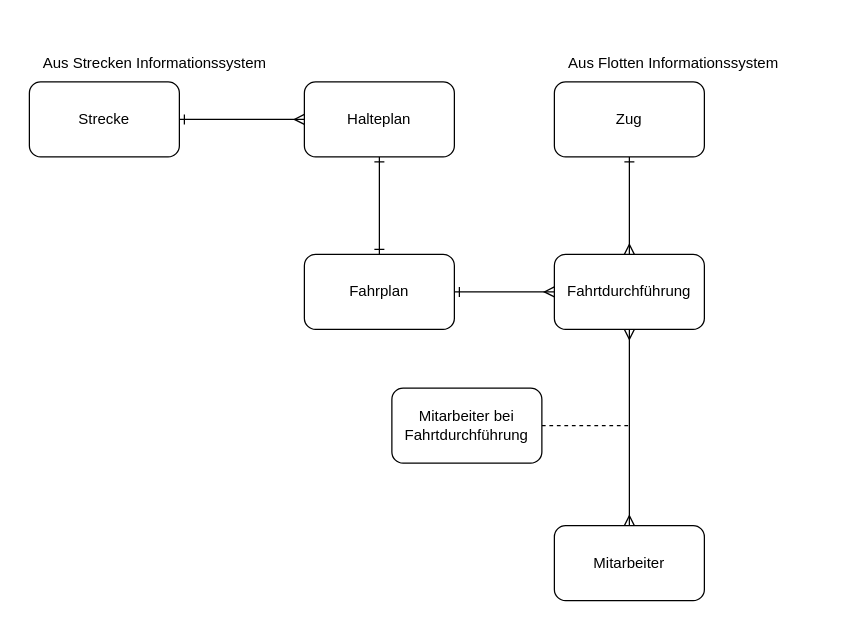
Above: Fahrplan_IS/Modelle/Fahrplan_ERD.drawio in felixKroni/dke_praktikum_SS2024 (draw.io), before the change. Source tidied: cells renumbered, new cells numbered last; positions are measured from the earlier drawing's top-left corner, leaving out a move shared by most shapes. Both pictures are drawn from the tidied source at 125%, with x=0, y=0 at pixel (21, 44).
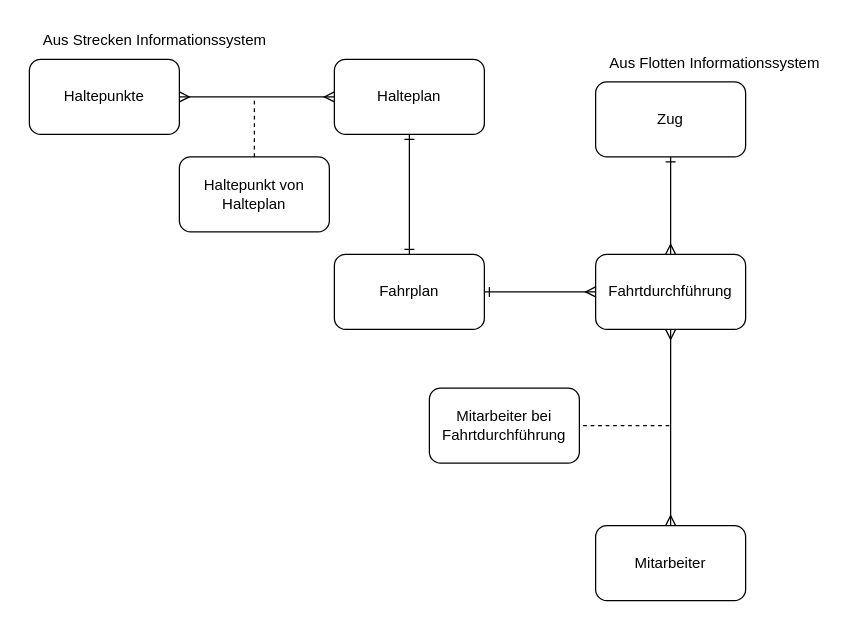
The same page after the edit.

The edit, as a diff of the source:
```diff
@@
     <mxCell id="3" value="Fahrplan" style="rounded=1;whiteSpace=wrap;html=1;" parent="1" vertex="1">
-      <mxGeometry x="226" y="168" width="120" height="60" as="geometry" />
+      <mxGeometry x="250" y="168" width="120" height="60" as="geometry" />
     </mxCell>
@@
     <mxCell id="5" value="Halteplan" style="rounded=1;whiteSpace=wrap;html=1;" parent="1" vertex="1">
-      <mxGeometry x="226" y="30" width="120" height="60" as="geometry" />
+      <mxGeometry x="250" y="12" width="120" height="60" as="geometry" />
     </mxCell>
@@
     <mxCell id="8" value="Fahrtdurchführung" style="rounded=1;whiteSpace=wrap;html=1;" parent="1" vertex="1">
-      <mxGeometry x="426" y="168" width="120" height="60" as="geometry" />
+      <mxGeometry x="459" y="168" width="120" height="60" as="geometry" />
     </mxCell>
     <mxCell id="9" style="group;" parent="1" vertex="1">
-      <mxGeometry width="250" height="90" as="geometry" />
+      <mxGeometry y="-18" width="250" height="90" as="geometry" />
     </mxCell>
-    <mxCell id="10" value="Strecke" style="rounded=1;whiteSpace=wrap;html=1;" parent="9" vertex="1">
+    <mxCell id="10" value="Haltepunkte" style="rounded=1;whiteSpace=wrap;html=1;" parent="9" vertex="1">
       <mxGeometry x="6" y="30" width="120" height="60" as="geometry" />
     </mxCell>
@@
-    <mxCell id="12" style="edgeStyle=orthogonalEdgeStyle;rounded=0;jettySize=auto;html=1;entryX=0;entryY=0.5;entryDx=0;entryDy=0;endArrow=ERmany;endFill=0;startArrow=ERone;startFill=0;" parent="1" edge="1" source="10" target="5">
+    <mxCell id="12" style="edgeStyle=orthogonalEdgeStyle;rounded=0;jettySize=auto;html=1;entryX=0;entryY=0.5;entryDx=0;entryDy=0;endArrow=ERmany;endFill=0;startArrow=ERmany;startFill=0;" parent="1" edge="1" source="10" target="5">
       <mxGeometry relative="1" as="geometry" />
     </mxCell>
     <mxCell id="13" value="Mitarbeiter" style="rounded=1;whiteSpace=wrap;html=1;" parent="1" vertex="1">
-      <mxGeometry x="426" y="385" width="120" height="60" as="geometry" />
+      <mxGeometry x="459" y="385" width="120" height="60" as="geometry" />
     </mxCell>
-    <mxCell id="14" style="edgeStyle=orthogonalEdgeStyle;rounded=0;jettySize=auto;html=1;exitX=1;exitY=0.5;exitDx=0;exitDy=0;endArrow=none;endFill=0;dashed=1;" parent="1" edge="1" source="15">
+    <mxCell id="14" style="edgeStyle=orthogonalEdgeStyle;rounded=0;orthogonalLoop=1;jettySize=auto;html=1;exitX=1;exitY=0.5;exitDx=0;exitDy=0;endArrow=none;endFill=0;dashed=1;" parent="1" edge="1">
       <mxGeometry relative="1" as="geometry">
-        <mxPoint x="486" y="305" as="targetPoint" />
+        <mxPoint x="449" y="305" as="sourcePoint" />
+        <mxPoint x="519" y="305" as="targetPoint" />
       </mxGeometry>
     </mxCell>
     <mxCell id="15" value="Mitarbeiter bei Fahrtdurchführung" style="rounded=1;whiteSpace=wrap;html=1;" parent="1" vertex="1">
-      <mxGeometry x="296" y="275" width="120" height="60" as="geometry" />
+      <mxGeometry x="326" y="275" width="120" height="60" as="geometry" />
     </mxCell>
     <mxCell id="16" value="Zug" style="rounded=1;whiteSpace=wrap;html=1;" parent="1" vertex="1">
-      <mxGeometry x="426" y="30" width="120" height="60" as="geometry" />
+      <mxGeometry x="459" y="30" width="120" height="60" as="geometry" />
     </mxCell>
     <mxCell id="17" value="Aus Flotten Informationssystem" style="text;html=1;align=center;verticalAlign=middle;strokeColor=none;fillColor=none;" parent="1" vertex="1">
-      <mxGeometry x="426" width="190" height="30" as="geometry" />
+      <mxGeometry x="459" width="190" height="30" as="geometry" />
     </mxCell>
+    <mxCell id="18" style="edgeStyle=orthogonalEdgeStyle;rounded=0;jettySize=auto;html=1;endArrow=none;endFill=0;dashed=1;" parent="1" edge="1" source="19">
+      <mxGeometry relative="1" as="geometry">
+        <mxPoint x="186" y="45" as="targetPoint" />
+      </mxGeometry>
+    </mxCell>
+    <mxCell id="19" value="Haltepunkt von Halteplan" style="rounded=1;whiteSpace=wrap;html=1;" parent="1" vertex="1">
+      <mxGeometry x="126" y="90" width="120" height="60" as="geometry" />
+    </mxCell>
```
